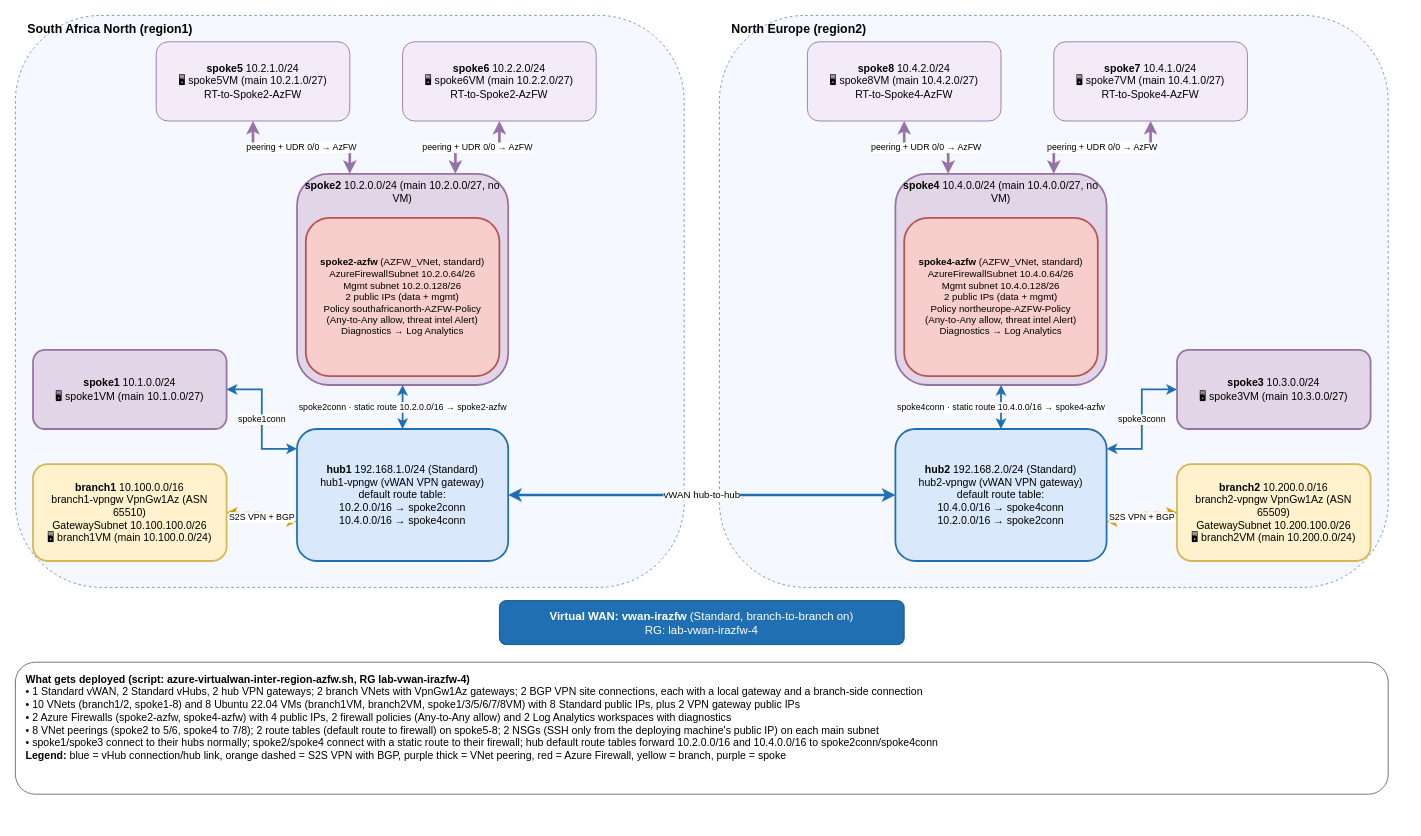
Above: Az-CLI/Daniel Mauser/vWAN-dual hubs - 2 indirect vnets+Ubuntu router+8 spokes/azure-virtualwan-inter-region-azfw-deployed.drawio in WapoInc/my-code (draw.io), before the change. Source tidied: cells renumbered, new cells numbered last; positions are measured from the earlier drawing's top-left corner, leaving out a move shared by most shapes. Both pictures are drawn from the tidied source at 88%, with x=0, y=0 at pixel (15, 15).
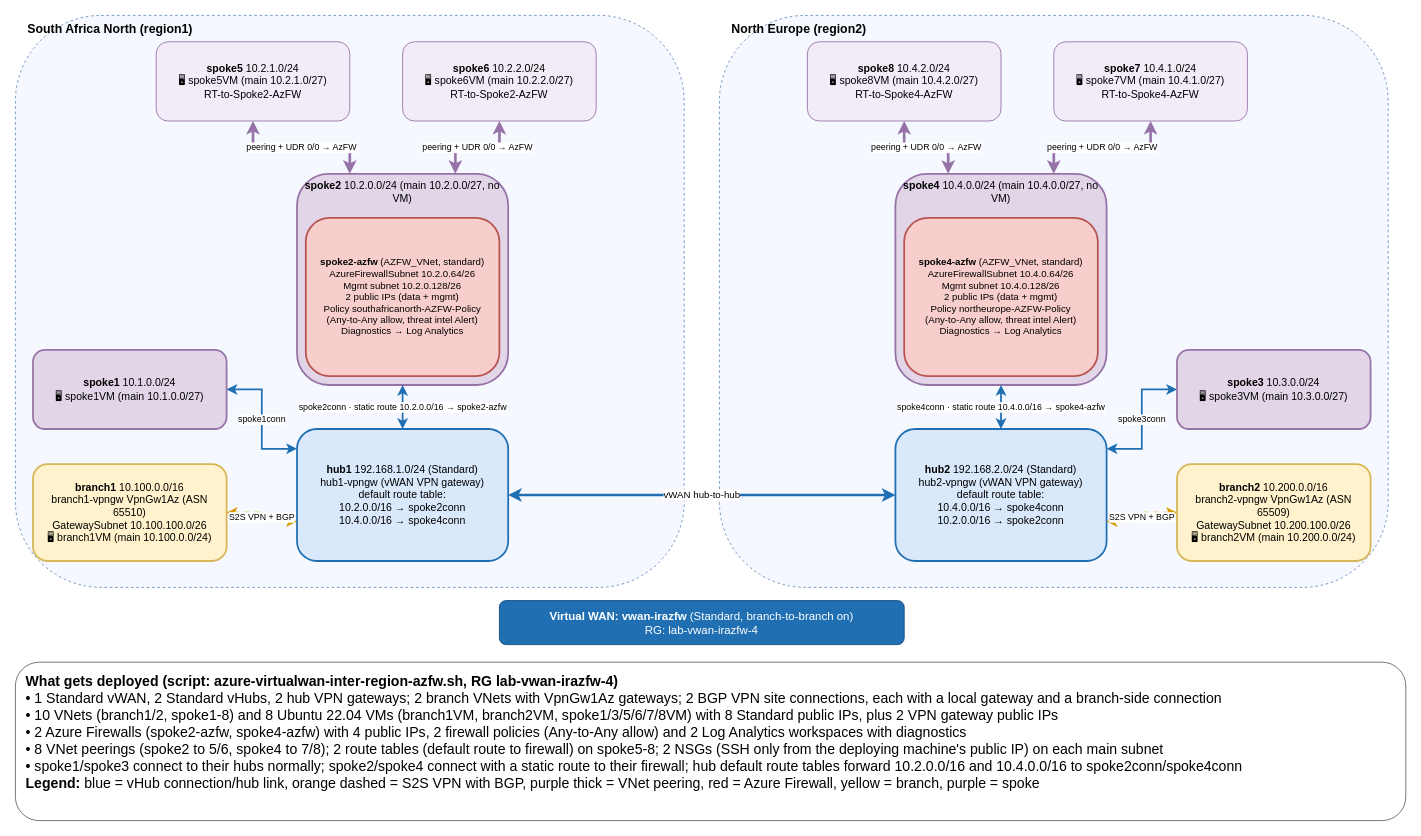
After the change.

Change to the diagram source:
```diff
@@
-    <mxCell id="30" value="&lt;b&gt;What gets deployed (script: azure-virtualwan-inter-region-azfw.sh, RG lab-vwan-irazfw-4)&lt;/b&gt;&lt;br&gt;• 1 Standard vWAN, 2 Standard vHubs, 2 hub VPN gateways; 2 branch VNets with VpnGw1Az gateways; 2 BGP VPN site connections, each with a local gateway and a branch-side connection&lt;br&gt;• 10 VNets (branch1/2, spoke1-8) and 8 Ubuntu 22.04 VMs (branch1VM, branch2VM, spoke1/3/5/6/7/8VM) with 8 Standard public IPs, plus 2 VPN gateway public IPs&lt;br&gt;• 2 Azure Firewalls (spoke2-azfw, spoke4-azfw) with 4 public IPs, 2 firewall policies (Any-to-Any allow) and 2 Log Analytics workspaces with diagnostics&lt;br&gt;• 8 VNet peerings (spoke2 to 5/6, spoke4 to 7/8); 2 route tables (default route to firewall) on spoke5-8; 2 NSGs (SSH only from the deploying machine's public IP) on each main subnet&lt;br&gt;• spoke1/spoke3 connect to their hubs normally; spoke2/spoke4 connect with a static route to their firewall; hub default route tables forward 10.2.0.0/16 and 10.4.0.0/16 to spoke2conn/spoke4conn&lt;br&gt;&lt;b&gt;Legend:&lt;/b&gt; blue = vHub connection/hub link, orange dashed = S2S VPN with BGP, purple thick = VNet peering, red = Azure Firewall, yellow = branch, purple = spoke" style="rounded=1;whiteSpace=wrap;html=1;align=left;verticalAlign=top;spacingLeft=10;spacingTop=6;fillColor=#FFFFFF;strokeColor=#666666;fontSize=12;" parent="1" vertex="1">
-      <mxGeometry y="735" width="1560" height="150" as="geometry" />
+    <mxCell id="30" value="&lt;b&gt;What gets deployed (script: azure-virtualwan-inter-region-azfw.sh, RG lab-vwan-irazfw-4)&lt;/b&gt;&lt;br&gt;• 1 Standard vWAN, 2 Standard vHubs, 2 hub VPN gateways; 2 branch VNets with VpnGw1Az gateways; 2 BGP VPN site connections, each with a local gateway and a branch-side connection&lt;br&gt;• 10 VNets (branch1/2, spoke1-8) and 8 Ubuntu 22.04 VMs (branch1VM, branch2VM, spoke1/3/5/6/7/8VM) with 8 Standard public IPs, plus 2 VPN gateway public IPs&lt;br&gt;• 2 Azure Firewalls (spoke2-azfw, spoke4-azfw) with 4 public IPs, 2 firewall policies (Any-to-Any allow) and 2 Log Analytics workspaces with diagnostics&lt;br&gt;• 8 VNet peerings (spoke2 to 5/6, spoke4 to 7/8); 2 route tables (default route to firewall) on spoke5-8; 2 NSGs (SSH only from the deploying machine's public IP) on each main subnet&lt;br&gt;• spoke1/spoke3 connect to their hubs normally; spoke2/spoke4 connect with a static route to their firewall; hub default route tables forward 10.2.0.0/16 and 10.4.0.0/16 to spoke2conn/spoke4conn&lt;br&gt;&lt;b&gt;Legend:&lt;/b&gt; blue = vHub connection/hub link, orange dashed = S2S VPN with BGP, purple thick = VNet peering, red = Azure Firewall, yellow = branch, purple = spoke" style="rounded=1;whiteSpace=wrap;html=1;align=left;verticalAlign=top;spacingLeft=10;spacingTop=6;fillColor=#FFFFFF;strokeColor=#666666;fontSize=16;" parent="1" vertex="1">
+      <mxGeometry y="735" width="1580" height="180" as="geometry" />
     </mxCell>
```
